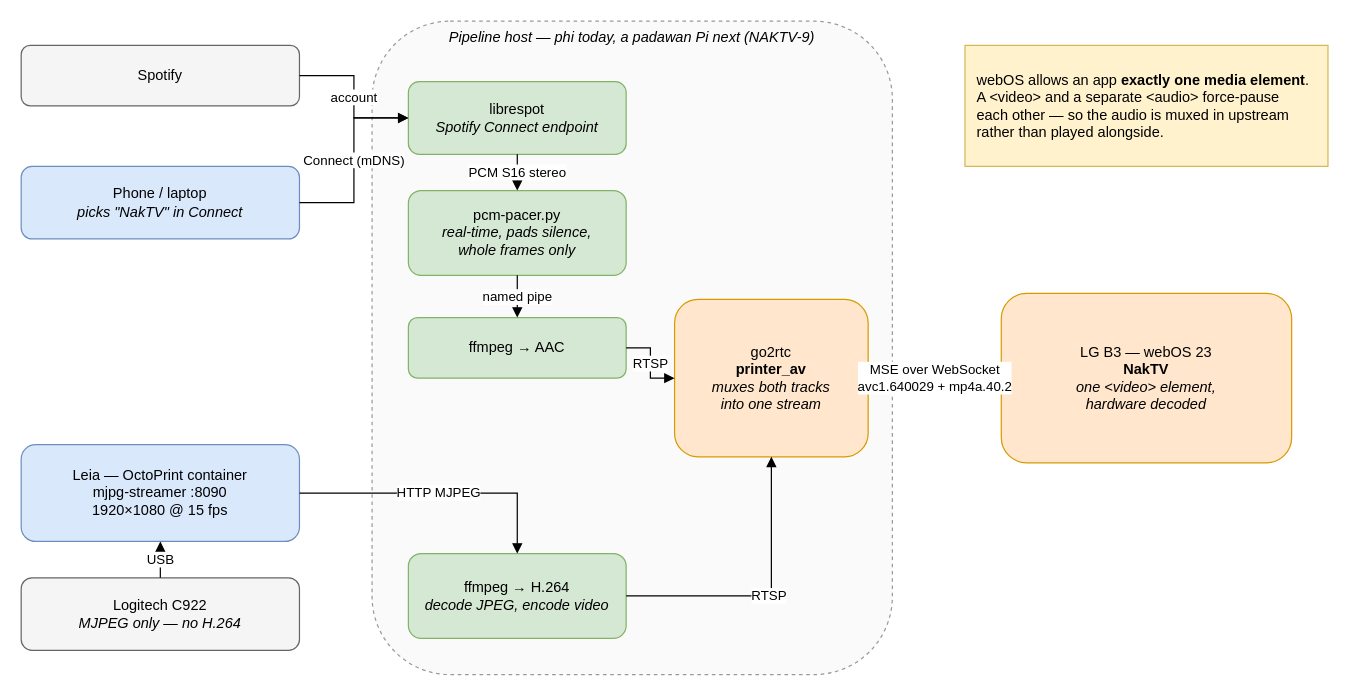
Above: docs/architecture/feed.drawio in nakomis/naktv (draw.io), before the change. Source tidied: cells renumbered, new cells numbered last; positions are measured from the earlier drawing's top-left corner, leaving out a move shared by most shapes. Both pictures are drawn from the tidied source at 121%, with x=0, y=0 at pixel (21, 21).
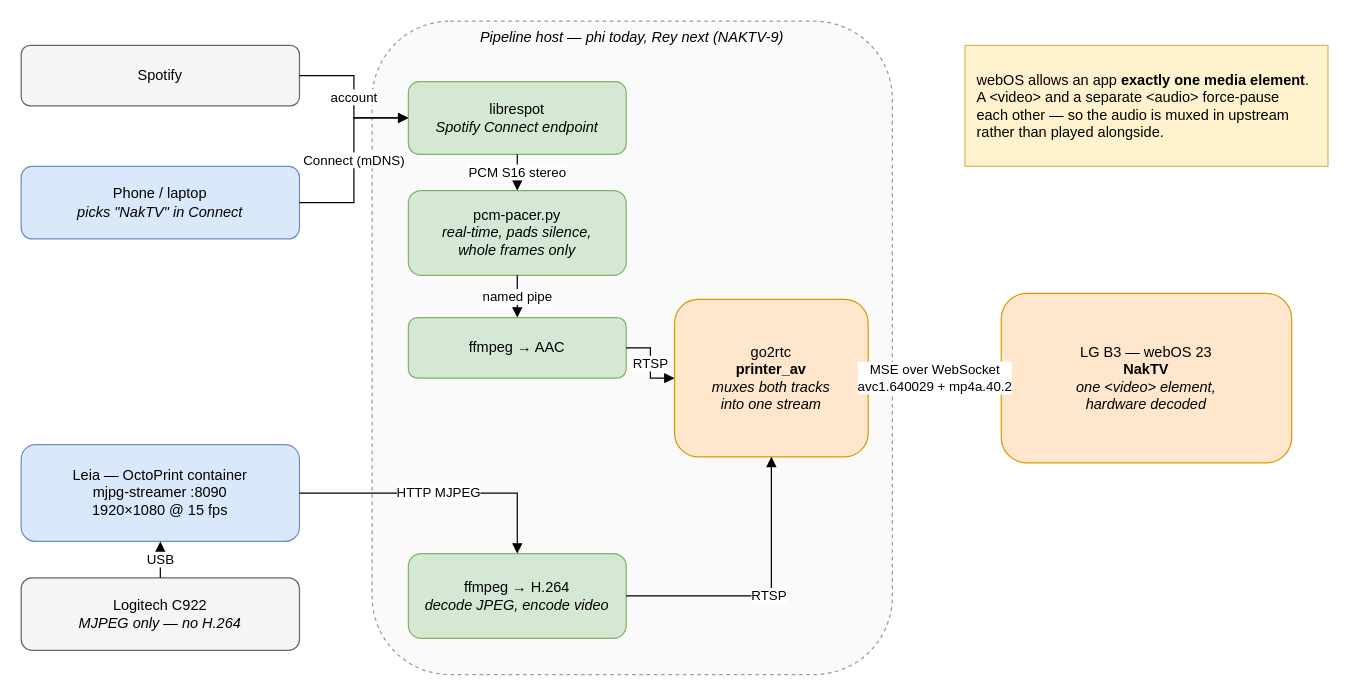
Above is the later version.

Commit message (it also covers changes not shown here):
docs(feed): the pipeline is moving to Rey, not a Pi

NAKTV-9 had settled on the Pi already running pish. Rey — a 2011 MacBook Pro
revived from radeongate, now on Ubuntu — is being brought up as an always-on
box and takes the muxer instead, so the Pi is out of the picture.

Adds the caveat that bites on that hardware: Rey's Intel HD 3000 is Sandy
Bridge, and VAAPI encode there needs the legacy i965 driver, not the current
intel-media-driver, which starts at Broadwell.

Diff of the diagram source:
```diff
@@
-    <mxCell id="2" value="Pipeline host — phi today, a padawan Pi next (NAKTV-9)" style="rounded=1;whiteSpace=wrap;html=1;dashed=1;fillColor=#fafafa;strokeColor=#999999;verticalAlign=top;fontSize=12;fontStyle=2;" parent="1" vertex="1">
+    <mxCell id="2" value="Pipeline host — phi today, Rey next (NAKTV-9)" style="rounded=1;whiteSpace=wrap;html=1;dashed=1;fillColor=#fafafa;strokeColor=#999999;verticalAlign=top;fontSize=12;fontStyle=2;" parent="1" vertex="1">
       <mxGeometry x="290" width="430" height="540" as="geometry" />
     </mxCell>
```
